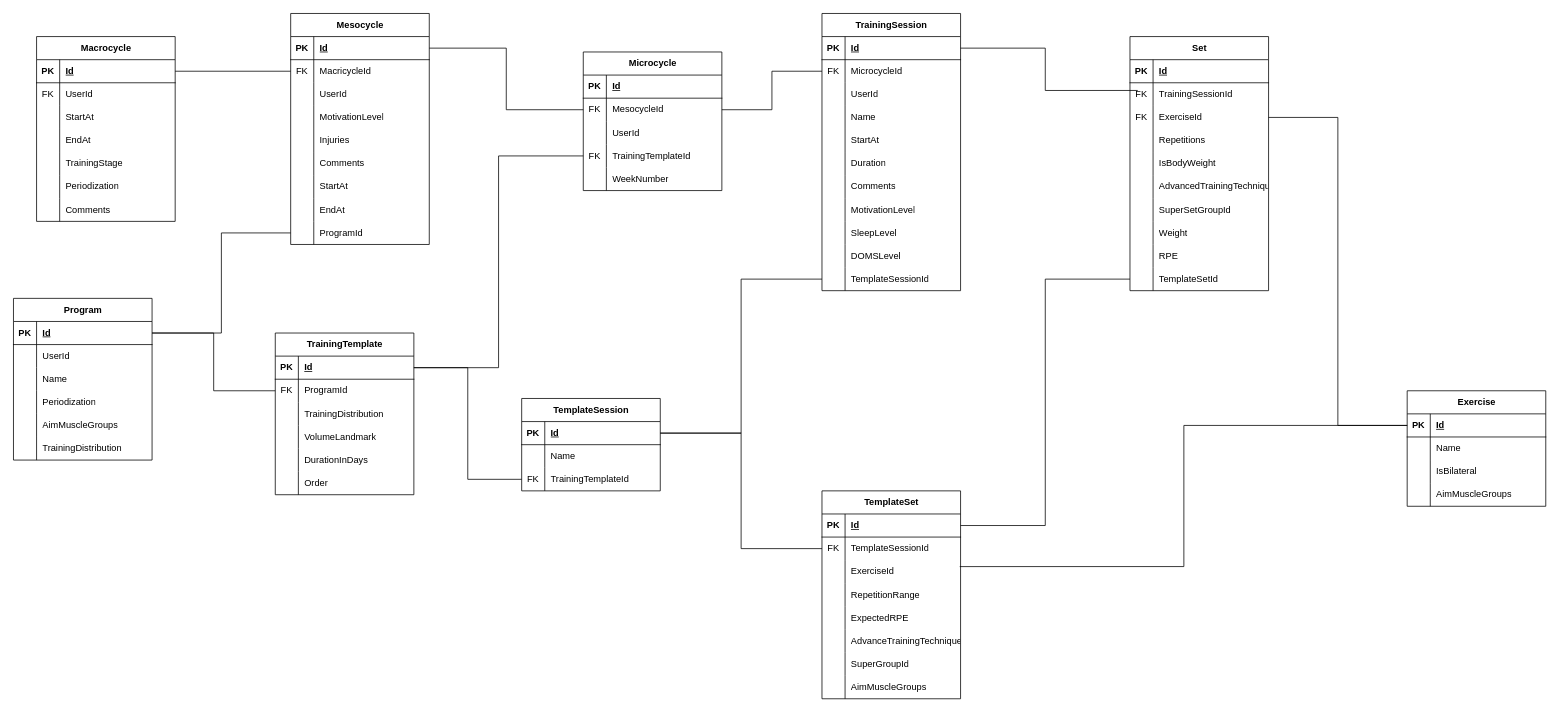
Above: Doc/TrainingModuleDiagram.drawio in FerMoreno98/LightWeight (draw.io), before the change. Source tidied: cells renumbered, new cells numbered last; positions are measured from the earlier drawing's top-left corner, leaving out a move shared by most shapes. Both pictures are drawn from the tidied source at 77%, with x=0, y=0 at pixel (13, 13).
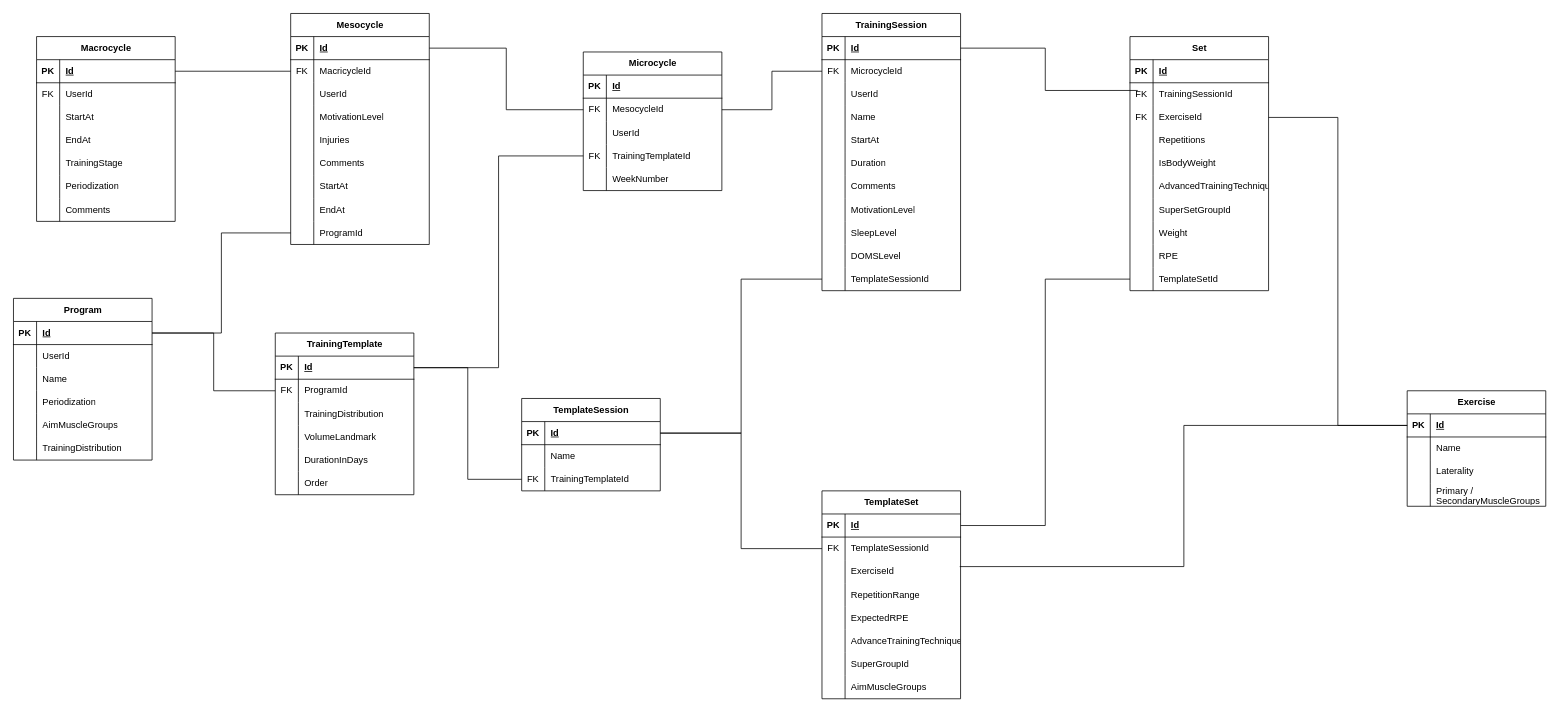
The same page after the edit.

The change refers to these unchanged cells:
```xml
<mxCell id="94" style="shape=tableRow;horizontal=0;startSize=0;swimlaneHead=0;swimlaneBody=0;fillColor=none;top=0;left=0;right=0;bottom=0;" parent="87" vertex="1">
  <mxGeometry y="90" width="180" height="30" as="geometry" />
</mxCell>
<mxCell id="97" style="shape=tableRow;horizontal=0;startSize=0;swimlaneHead=0;swimlaneBody=0;fillColor=none;top=0;left=0;right=0;bottom=0;" parent="87" vertex="1">
  <mxGeometry y="120" width="180" height="30" as="geometry" />
</mxCell>
```

Change to the diagram source:
```diff
@@
-    <mxCell id="96" value="IsBilateral" style="shape=partialRectangle;fillColor=none;top=0;left=0;bottom=0;right=0;align=left;spacingLeft=6;overflow=hidden;whiteSpace=wrap;html=1;" parent="94" vertex="1">
+    <mxCell id="96" value="Laterality" style="shape=partialRectangle;fillColor=none;top=0;left=0;bottom=0;right=0;align=left;spacingLeft=6;overflow=hidden;whiteSpace=wrap;html=1;" parent="94" vertex="1">
       <mxGeometry x="30" width="150" height="30" as="geometry" />
     </mxCell>
@@
-    <mxCell id="99" value="AimMuscleGroups" style="shape=partialRectangle;fillColor=none;top=0;left=0;bottom=0;right=0;align=left;spacingLeft=6;overflow=hidden;whiteSpace=wrap;html=1;" parent="97" vertex="1">
+    <mxCell id="99" value="Primary / SecondaryMuscleGroups" style="shape=partialRectangle;fillColor=none;top=0;left=0;bottom=0;right=0;align=left;spacingLeft=6;overflow=hidden;whiteSpace=wrap;html=1;" parent="97" vertex="1">
       <mxGeometry x="30" width="150" height="30" as="geometry" />
     </mxCell>
```
